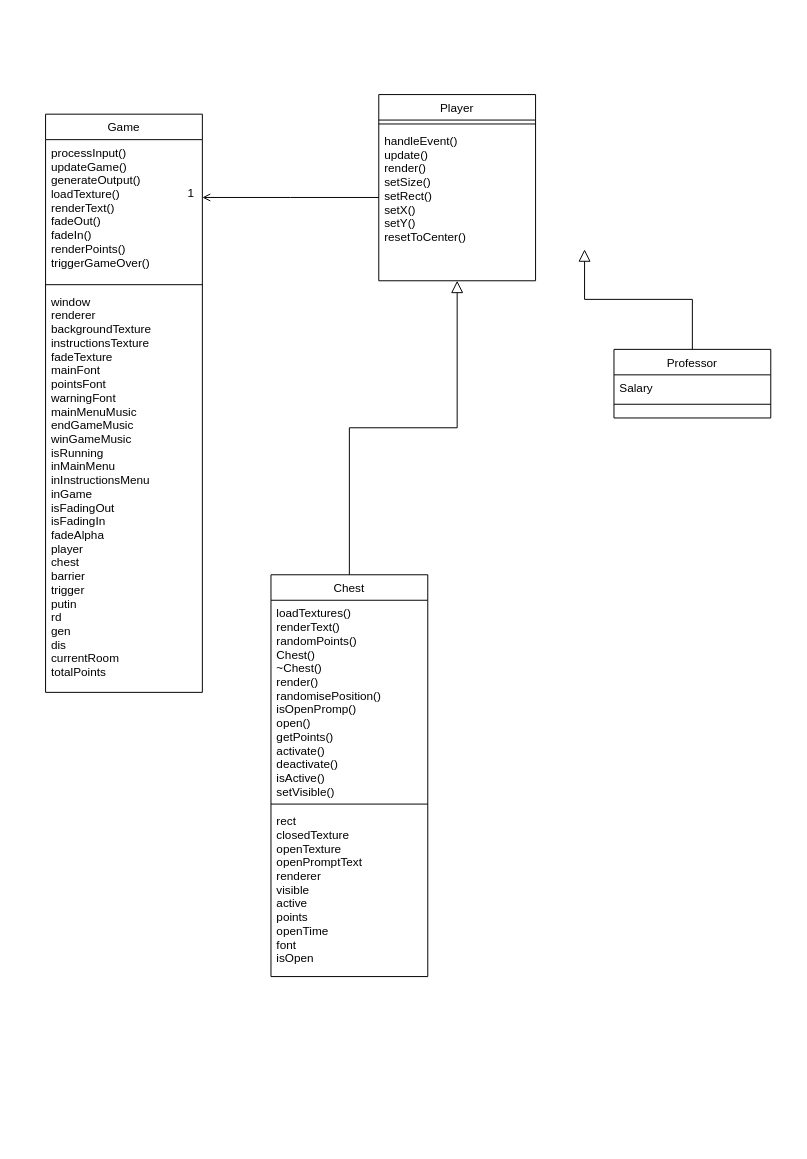
Above: Untitled Diagram.drawio in ThisGuy245/ThisGuy245 (draw.io), before the change. Source tidied: cells renumbered, new cells numbered last; positions are measured from the earlier drawing's top-left corner, leaving out a move shared by most shapes. Both pictures are drawn from the tidied source at 98%, with x=0, y=0 at pixel (45, 94).
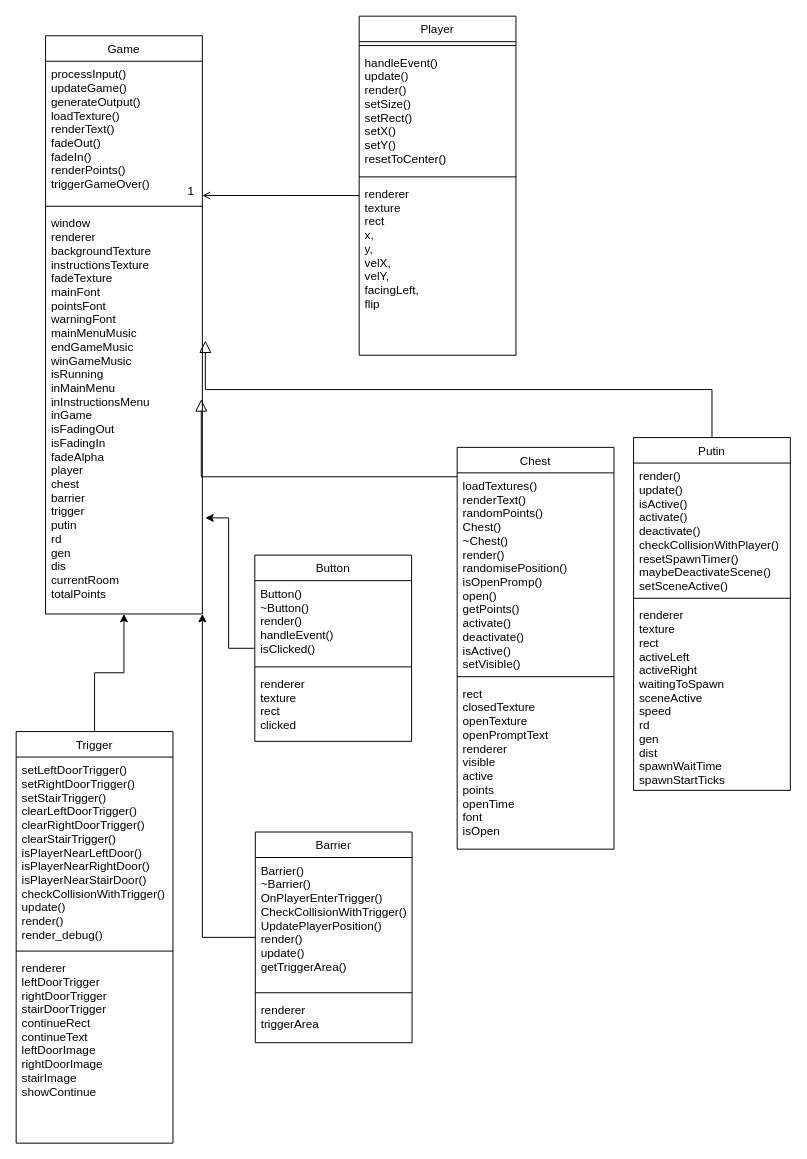
The same diagram, later.

Commit message:
UML FOr OOP

Unchanged cells that the change refers to:
```xml
<mxCell id="17" value="window&#10;renderer&#10;backgroundTexture&#10;instructionsTexture&#10;fadeTexture&#10;mainFont&#10;pointsFont&#10;warningFont&#10;mainMenuMusic&#10;endGameMusic&#10;winGameMusic&#10;isRunning&#10;inMainMenu&#10;inInstructionsMenu&#10;inGame&#10;isFadingOut&#10;isFadingIn&#10;fadeAlpha&#10;player&#10;chest&#10;barrier&#10;trigger&#10;putin&#10;rd&#10;gen&#10;dis&#10;currentRoom&#10;totalPoints" style="text;align=left;verticalAlign=top;spacingLeft=4;spacingRight=4;overflow=hidden;points=[[0,0.5],[1,0.5]];portConstraint=eastwest;" parent="14" vertex="1">
  <mxGeometry y="178" width="160" height="402" as="geometry" />
</mxCell>
```

Change to the diagram source:
```diff
@@
     <mxCell id="2" value="Player" style="swimlane;fontStyle=0;align=center;verticalAlign=top;horizontal=1;startSize=26;rounded=0;shadow=0;strokeWidth=1;" parent="1" vertex="1">
-      <mxGeometry x="340" width="160" height="190" as="geometry" />
+      <mxGeometry x="320" y="-80" width="160" height="346" as="geometry" />
     </mxCell>
@@
     <mxCell id="4" value="handleEvent()&#10;update()&#10;render()&#10;setSize()&#10;setRect()&#10;setX()&#10;setY()&#10;resetToCenter()" style="text;align=left;verticalAlign=top;spacingLeft=4;spacingRight=4;overflow=hidden;" parent="2" vertex="1">
-      <mxGeometry y="34" width="160" height="156" as="geometry" />
+      <mxGeometry y="34" width="160" height="126" as="geometry" />
     </mxCell>
+    <mxCell id="21" style="line;html=1;strokeWidth=1;align=left;verticalAlign=middle;spacingTop=-1;spacingLeft=3;spacingRight=3;labelPosition=right;" parent="2" vertex="1">
+      <mxGeometry y="160" width="160" height="8" as="geometry" />
+    </mxCell>
+    <mxCell id="22" value="renderer &#10;texture&#10;rect &#10;x,&#10;y, &#10;velX, &#10;velY, &#10;facingLeft, &#10;flip" style="text;align=left;verticalAlign=top;spacingLeft=4;spacingRight=4;overflow=hidden;" parent="2" vertex="1">
+      <mxGeometry y="168" width="160" height="156" as="geometry" />
+    </mxCell>
     <mxCell id="5" value="Chest" style="swimlane;fontStyle=0;align=center;verticalAlign=top;horizontal=1;startSize=26;rounded=0;shadow=0;strokeWidth=1;" parent="1" vertex="1">
-      <mxGeometry x="230" y="490" width="160" height="410" as="geometry" />
+      <mxGeometry x="420" y="360" width="160" height="410" as="geometry" />
     </mxCell>
@@
-    <mxCell id="9" style="endArrow=block;endSize=10;endFill=0;shadow=0;strokeWidth=1;rounded=0;curved=0;edgeStyle=elbowEdgeStyle;elbow=vertical;" parent="1" edge="1" source="5" target="2">
-      <mxGeometry relative="1" as="geometry" />
+    <mxCell id="9" style="endArrow=block;endSize=10;endFill=0;shadow=0;strokeWidth=1;rounded=0;curved=0;edgeStyle=elbowEdgeStyle;elbow=vertical;entryX=0.993;entryY=0.48;entryDx=0;entryDy=0;entryPerimeter=0;" parent="1" edge="1" source="5" target="17">
+      <mxGeometry relative="1" as="geometry">
+        <Array as="points">
+          <mxPoint x="290" y="390" />
+        </Array>
+      </mxGeometry>
     </mxCell>
-    <mxCell id="10" value="Professor" style="swimlane;fontStyle=0;align=center;verticalAlign=top;horizontal=1;startSize=26;rounded=0;shadow=0;strokeWidth=1;" parent="1" vertex="1">
-      <mxGeometry x="580" y="260" width="160" height="70" as="geometry" />
+    <mxCell id="10" value="Putin" style="swimlane;fontStyle=0;align=center;verticalAlign=top;horizontal=1;startSize=26;rounded=0;shadow=0;strokeWidth=1;" parent="1" vertex="1">
+      <mxGeometry x="600" y="350" width="160" height="360" as="geometry" />
     </mxCell>
-    <mxCell id="11" value="Salary" style="text;align=left;verticalAlign=top;spacingLeft=4;spacingRight=4;overflow=hidden;" parent="10" vertex="1">
-      <mxGeometry y="26" width="160" height="26" as="geometry" />
+    <mxCell id="11" value="render()&#10;update()&#10;isActive() &#10;activate() &#10;deactivate() &#10;checkCollisionWithPlayer()&#10;resetSpawnTimer() &#10;maybeDeactivateScene() &#10;setSceneActive()" style="text;align=left;verticalAlign=top;spacingLeft=4;spacingRight=4;overflow=hidden;" parent="10" vertex="1">
+      <mxGeometry y="26" width="160" height="134" as="geometry" />
     </mxCell>
     <mxCell id="12" style="line;html=1;strokeWidth=1;align=left;verticalAlign=middle;spacingTop=-1;spacingLeft=3;spacingRight=3;labelPosition=right;" parent="10" vertex="1">
-      <mxGeometry y="52" width="160" height="8" as="geometry" />
+      <mxGeometry y="160" width="160" height="8" as="geometry" />
     </mxCell>
+    <mxCell id="23" value="renderer&#10;  texture &#10;rect &#10;activeLeft &#10;activeRight &#10;waitingToSpawn &#10;sceneActive &#10;speed&#10;  rd &#10;gen &#10;dist &#10;spawnWaitTime &#10;spawnStartTicks&#10;  &#10; &#10;" style="text;align=left;verticalAlign=top;spacingLeft=4;spacingRight=4;overflow=hidden;" parent="10" vertex="1">
+      <mxGeometry y="168" width="160" height="192" as="geometry" />
+    </mxCell>
-    <mxCell id="13" style="endArrow=block;endSize=10;endFill=0;shadow=0;strokeWidth=1;rounded=0;curved=0;edgeStyle=elbowEdgeStyle;elbow=vertical;" parent="1" edge="1" source="10">
-      <mxGeometry relative="1" as="geometry">
-        <mxPoint x="550" y="158" as="targetPoint" />
-      </mxGeometry>
+    <mxCell id="13" style="endArrow=block;endSize=10;endFill=0;shadow=0;strokeWidth=1;rounded=0;curved=0;edgeStyle=elbowEdgeStyle;elbow=vertical;entryX=1.019;entryY=0.331;entryDx=0;entryDy=0;entryPerimeter=0;" parent="1" edge="1" source="10" target="17">
+      <mxGeometry relative="1" as="geometry" />
     </mxCell>
     <mxCell id="14" value="Game" style="swimlane;fontStyle=0;align=center;verticalAlign=top;horizontal=1;startSize=26;rounded=0;shadow=0;strokeWidth=1;" parent="1" vertex="1">
-      <mxGeometry y="20" width="160" height="590" as="geometry" />
+      <mxGeometry y="-60" width="160" height="590" as="geometry" />
     </mxCell>
@@
+    <mxCell id="24" style="edgeStyle=orthogonalEdgeStyle;rounded=0;jettySize=auto;html=1;entryX=0.5;entryY=1;entryDx=0;entryDy=0;" parent="1" edge="1" source="25" target="14">
+      <mxGeometry relative="1" as="geometry" />
+    </mxCell>
+    <mxCell id="25" value="Trigger" style="swimlane;fontStyle=0;align=center;verticalAlign=top;horizontal=1;startSize=26;rounded=0;shadow=0;strokeWidth=1;" parent="1" vertex="1">
+      <mxGeometry x="-30" y="650" width="160" height="420" as="geometry" />
+    </mxCell>
+    <mxCell id="26" value="setLeftDoorTrigger()&#10;setRightDoorTrigger() &#10;setStairTrigger() &#10;clearLeftDoorTrigger()&#10;clearRightDoorTrigger() &#10;clearStairTrigger() &#10;isPlayerNearLeftDoor()&#10;isPlayerNearRightDoor() &#10;isPlayerNearStairDoor() &#10;checkCollisionWithTrigger()&#10;update() &#10;render() &#10;render_debug()" style="text;align=left;verticalAlign=top;spacingLeft=4;spacingRight=4;overflow=hidden;" parent="25" vertex="1">
+      <mxGeometry y="26" width="160" height="194" as="geometry" />
+    </mxCell>
+    <mxCell id="27" style="line;html=1;strokeWidth=1;align=left;verticalAlign=middle;spacingTop=-1;spacingLeft=3;spacingRight=3;labelPosition=right;" parent="25" vertex="1">
+      <mxGeometry y="220" width="160" height="8" as="geometry" />
+    </mxCell>
+    <mxCell id="28" value="renderer&#10;leftDoorTrigger &#10;rightDoorTrigger &#10;stairDoorTrigger &#10;continueRect&#10;continueText &#10;leftDoorImage &#10;rightDoorImage &#10;stairImage &#10;showContinue&#10;" style="text;align=left;verticalAlign=top;spacingLeft=4;spacingRight=4;overflow=hidden;" parent="25" vertex="1">
+      <mxGeometry y="228" width="160" height="192" as="geometry" />
+    </mxCell>
+    <mxCell id="29" style="edgeStyle=orthogonalEdgeStyle;rounded=0;jettySize=auto;html=1;entryX=1;entryY=1;entryDx=0;entryDy=0;" parent="1" edge="1" source="30" target="14">
+      <mxGeometry relative="1" as="geometry" />
+    </mxCell>
+    <mxCell id="30" value="Barrier" style="swimlane;fontStyle=0;align=center;verticalAlign=top;horizontal=1;startSize=26;rounded=0;shadow=0;strokeWidth=1;" parent="1" vertex="1">
+      <mxGeometry x="214" y="752.5" width="160" height="215" as="geometry" />
+    </mxCell>
+    <mxCell id="31" value="Barrier() &#10;~Barrier()&#10;OnPlayerEnterTrigger() &#10;CheckCollisionWithTrigger() &#10;UpdatePlayerPosition()&#10;render() &#10;update() &#10;getTriggerArea()&#10; &#10;" style="text;align=left;verticalAlign=top;spacingLeft=4;spacingRight=4;overflow=hidden;" parent="30" vertex="1">
+      <mxGeometry y="26" width="160" height="134" as="geometry" />
+    </mxCell>
+    <mxCell id="32" style="line;html=1;strokeWidth=1;align=left;verticalAlign=middle;spacingTop=-1;spacingLeft=3;spacingRight=3;labelPosition=right;" parent="30" vertex="1">
+      <mxGeometry y="160" width="160" height="8" as="geometry" />
+    </mxCell>
+    <mxCell id="33" value="renderer&#10;triggerArea" style="text;align=left;verticalAlign=top;spacingLeft=4;spacingRight=4;overflow=hidden;" parent="30" vertex="1">
+      <mxGeometry y="168" width="160" height="42" as="geometry" />
+    </mxCell>
+    <mxCell id="34" value="Button" style="swimlane;fontStyle=0;align=center;verticalAlign=top;horizontal=1;startSize=26;rounded=0;shadow=0;strokeWidth=1;" parent="1" vertex="1">
+      <mxGeometry x="213.5" y="470" width="160" height="190" as="geometry" />
+    </mxCell>
+    <mxCell id="35" value="Button() &#10;~Button()&#10;render() &#10;handleEvent() &#10;isClicked()&#10;" style="text;align=left;verticalAlign=top;spacingLeft=4;spacingRight=4;overflow=hidden;" parent="34" vertex="1">
+      <mxGeometry y="26" width="160" height="84" as="geometry" />
+    </mxCell>
+    <mxCell id="36" style="line;html=1;strokeWidth=1;align=left;verticalAlign=middle;spacingTop=-1;spacingLeft=3;spacingRight=3;labelPosition=right;" parent="34" vertex="1">
+      <mxGeometry y="110" width="160" height="8" as="geometry" />
+    </mxCell>
+    <mxCell id="37" value="renderer&#10;texture&#10;rect&#10;clicked" style="text;align=left;verticalAlign=top;spacingLeft=4;spacingRight=4;overflow=hidden;" parent="34" vertex="1">
+      <mxGeometry y="118" width="160" height="62" as="geometry" />
+    </mxCell>
+    <mxCell id="38" style="edgeStyle=orthogonalEdgeStyle;rounded=0;jettySize=auto;html=1;entryX=1.019;entryY=0.781;entryDx=0;entryDy=0;entryPerimeter=0;" parent="1" edge="1" source="34" target="17">
+      <mxGeometry relative="1" as="geometry" />
+    </mxCell>
```
